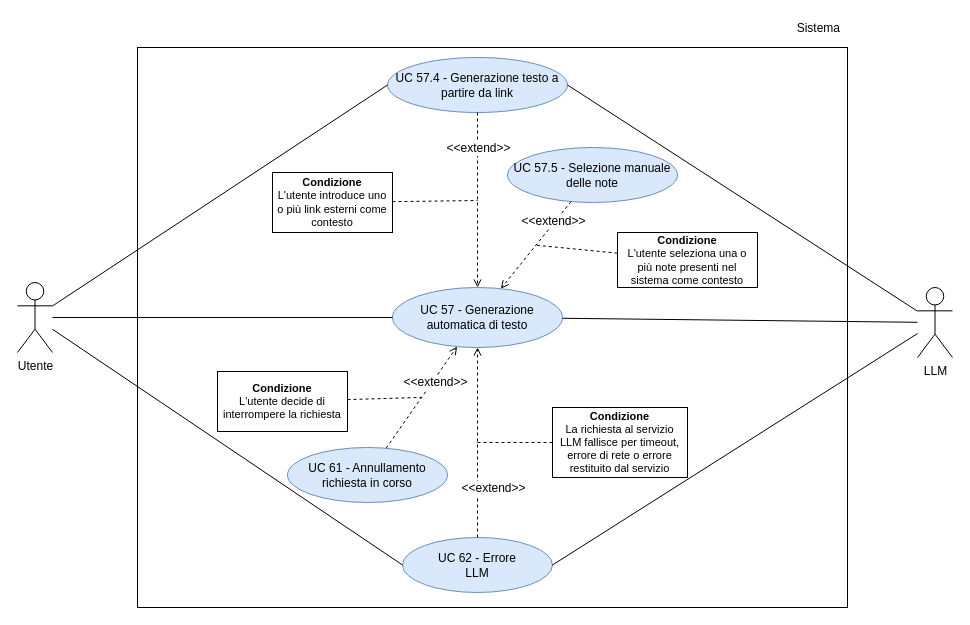
This is RTB/doc_esterna/analisi-dei-requisiti/assets/draw.io/UC57.drawio from thebitless-group-swe/thebitless.github.io, a draw.io file, before an edit. Source tidied: cells renumbered, new cells numbered last; positions are measured from the earlier drawing's top-left corner, leaving out a move shared by most shapes. Both pictures are drawn from the tidied source at 100%, with x=0, y=0 at pixel (17, 17).
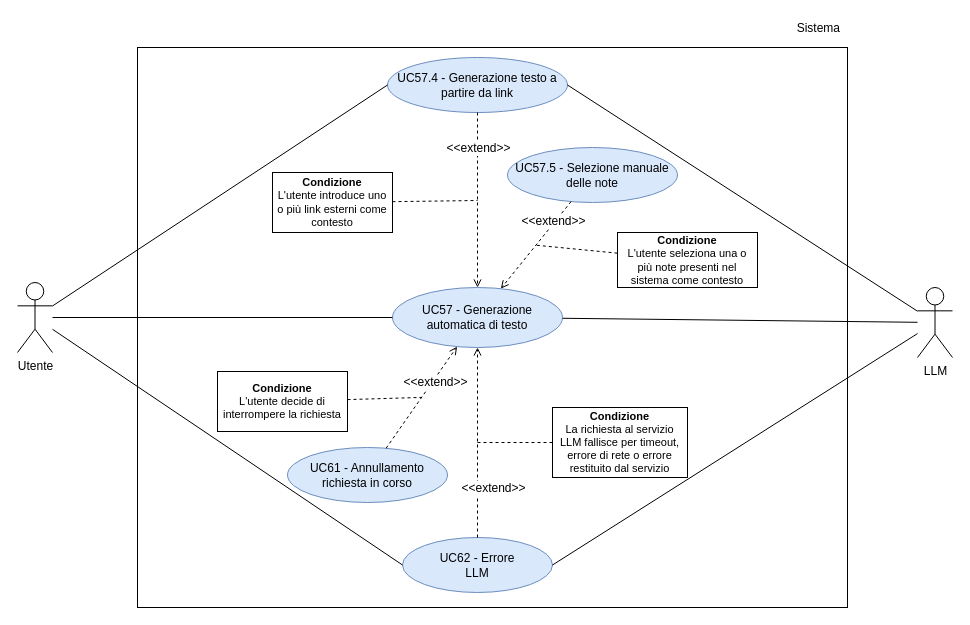
The same diagram, later.

Diff of the diagram source:
```diff
@@
-    <mxCell id="6" value="&lt;font&gt;UC 57 - Generazione automatica di testo&lt;br&gt;&lt;/font&gt;" style="ellipse;whiteSpace=wrap;html=1;fillColor=#dae8fc;strokeColor=#6c8ebf;fontSize=12;" parent="1" vertex="1">
+    <mxCell id="6" value="&lt;font&gt;UC57 - Generazione automatica di testo&lt;br&gt;&lt;/font&gt;" style="ellipse;whiteSpace=wrap;html=1;fillColor=#dae8fc;strokeColor=#6c8ebf;fontSize=12;" parent="1" vertex="1">
       <mxGeometry x="375" y="270" width="170" height="60" as="geometry" />
     </mxCell>
-    <mxCell id="7" value="&lt;font&gt;UC 57.4 - Generazione testo a partire da link&lt;/font&gt;" style="ellipse;whiteSpace=wrap;html=1;fillColor=#dae8fc;strokeColor=#6c8ebf;fontSize=12;" parent="1" vertex="1">
+    <mxCell id="7" value="&lt;font&gt;UC57.4 - Generazione testo a partire da link&lt;/font&gt;" style="ellipse;whiteSpace=wrap;html=1;fillColor=#dae8fc;strokeColor=#6c8ebf;fontSize=12;" parent="1" vertex="1">
       <mxGeometry x="370" y="40" width="180" height="55" as="geometry" />
     </mxCell>
-    <mxCell id="8" value="&lt;font&gt;UC 61 - Annullamento&lt;br&gt;richiesta in corso&lt;/font&gt;" style="ellipse;whiteSpace=wrap;html=1;fillColor=#dae8fc;strokeColor=#6c8ebf;fontSize=12;" parent="1" vertex="1">
+    <mxCell id="8" value="&lt;font&gt;UC61 - Annullamento&lt;br&gt;richiesta in corso&lt;/font&gt;" style="ellipse;whiteSpace=wrap;html=1;fillColor=#dae8fc;strokeColor=#6c8ebf;fontSize=12;" parent="1" vertex="1">
       <mxGeometry x="270" y="430" width="160" height="55" as="geometry" />
     </mxCell>
-    <mxCell id="9" value="&lt;font&gt;UC 62 - Errore&lt;br&gt;LLM&lt;/font&gt;" style="ellipse;whiteSpace=wrap;html=1;fillColor=#dae8fc;strokeColor=#6c8ebf;fontSize=12;" parent="1" vertex="1">
+    <mxCell id="9" value="&lt;font&gt;UC62 - Errore&lt;br&gt;LLM&lt;/font&gt;" style="ellipse;whiteSpace=wrap;html=1;fillColor=#dae8fc;strokeColor=#6c8ebf;fontSize=12;" parent="1" vertex="1">
       <mxGeometry x="385" y="520" width="150" height="55" as="geometry" />
     </mxCell>
-    <mxCell id="10" value="&lt;font&gt;UC 57.5 - Selezione manuale delle note&lt;/font&gt;" style="ellipse;whiteSpace=wrap;html=1;fillColor=#dae8fc;strokeColor=#6c8ebf;fontSize=12;" parent="1" vertex="1">
+    <mxCell id="10" value="&lt;font&gt;UC57.5 - Selezione manuale delle note&lt;/font&gt;" style="ellipse;whiteSpace=wrap;html=1;fillColor=#dae8fc;strokeColor=#6c8ebf;fontSize=12;" parent="1" vertex="1">
       <mxGeometry x="490" y="130" width="170" height="55" as="geometry" />
     </mxCell>
```
